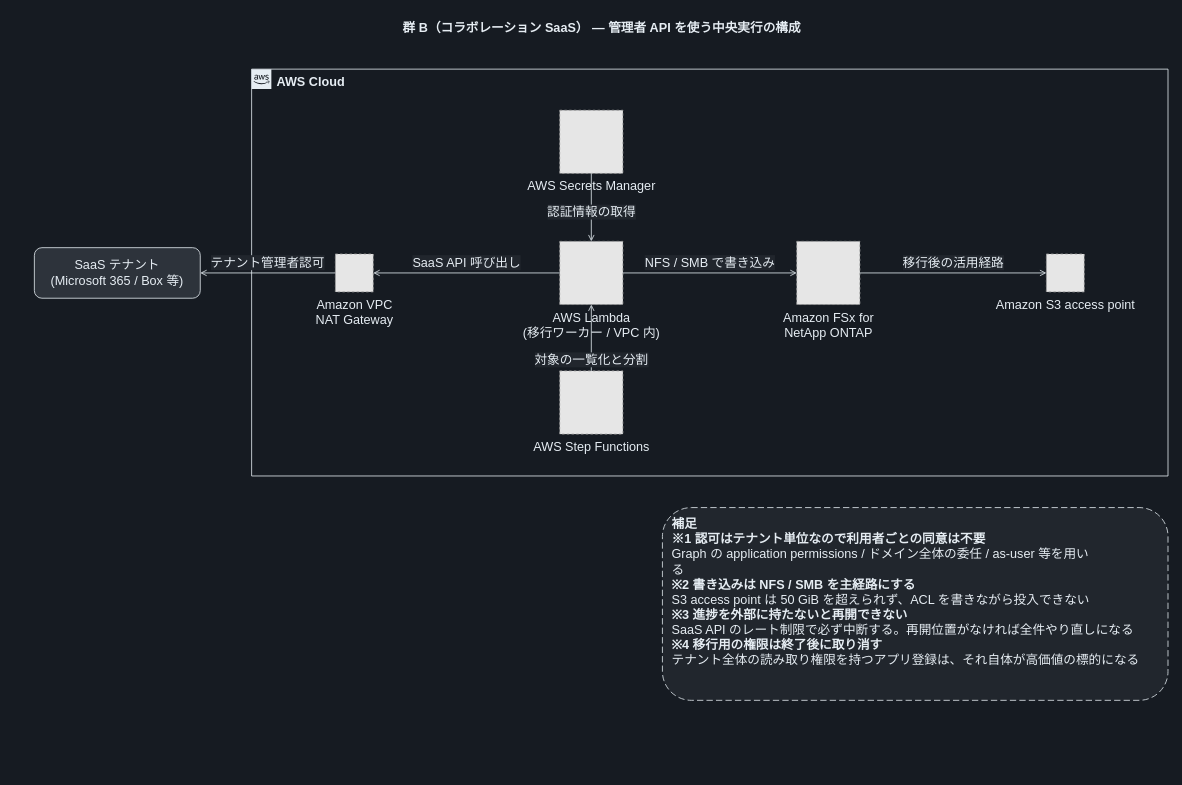
Before: docs/diagrams/dark/saas-migration-group-b-worker.drawio in Yoshiki0705/FSx-for-ONTAP-S3AccessPoints-Serverless-Patterns, a draw.io diagram. Source tidied: cells renumbered, new cells numbered last; positions are measured from the earlier drawing's top-left corner, leaving out a move shared by most shapes. Both pictures are drawn from the tidied source at 79%, with x=0, y=0 at pixel (34, 13). Pictures stored in the file or linked from it are replaced by grey dashed boxes.
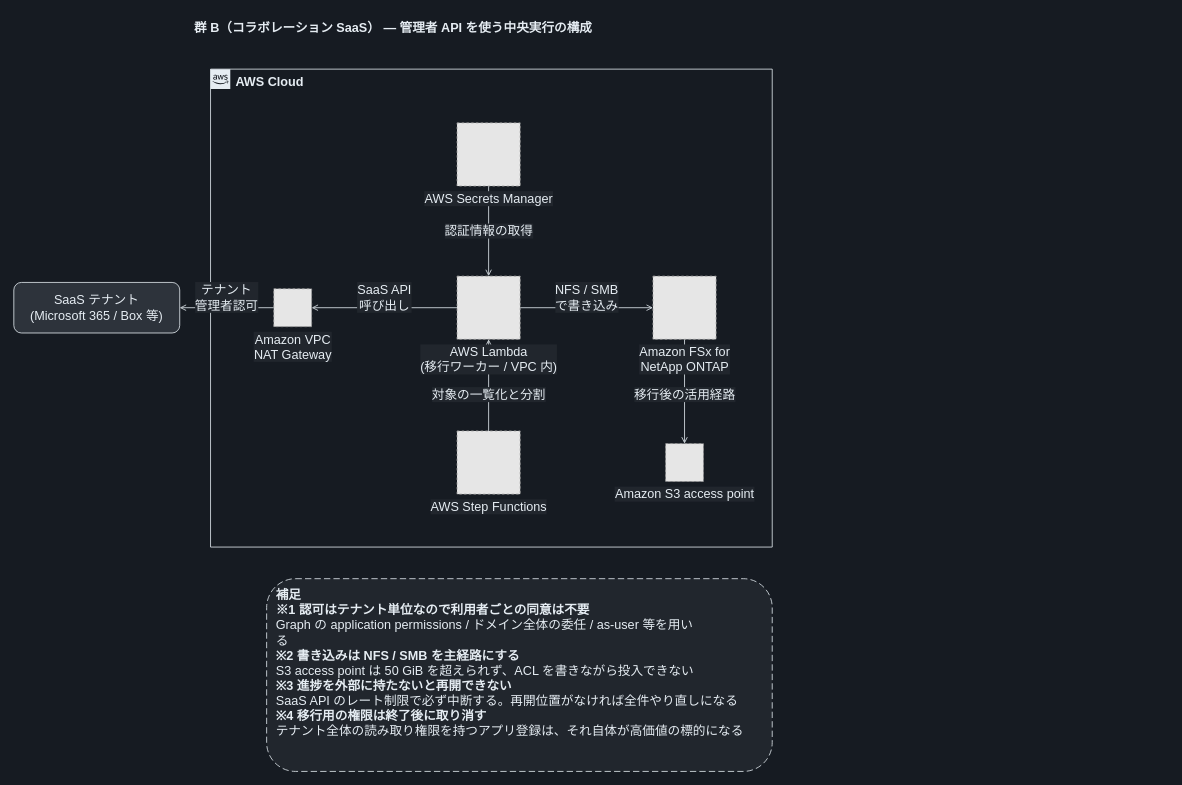
After the change.

What changed in the source:
```diff
@@
     <mxCell id="2" value="群 B（コラボレーション SaaS） — 管理者 API を使う中央実行の構成" style="text;html=1;align=center;verticalAlign=middle;fontSize=16;fontStyle=1;fontColor=#E6EDF3;" parent="1" vertex="1">
-      <mxGeometry width="1435" height="34" as="geometry" />
+      <mxGeometry x="-26" width="960" height="34" as="geometry" />
     </mxCell>
     <mxCell id="3" value="AWS Cloud" style="gradientColor=none;html=1;whiteSpace=wrap;fontSize=16;fontStyle=1;shape=mxgraph.aws4.group;grIcon=mxgraph.aws4.group_aws_cloud_alt;strokeColor=#E6EDF3;fillColor=none;verticalAlign=top;align=left;spacingLeft=30;fontColor=#E6EDF3;dashed=0;" parent="1" vertex="1">
-      <mxGeometry x="275" y="70" width="1160" height="515" as="geometry" />
+      <mxGeometry x="223" y="70" width="711" height="605" as="geometry" />
     </mxCell>
+    <mxCell id="11" value="SaaS API&lt;br&gt;呼び出し" style="edgeStyle=orthogonalEdgeStyle;rounded=0;jettySize=auto;html=1;endArrow=open;endFill=0;strokeColor=#E6EDF3;strokeWidth=1;fontSize=16;fontColor=#E6EDF3;labelBackgroundColor=#21262D;" parent="1" edge="1" source="7" target="5">
+      <mxGeometry relative="1" as="geometry">
+        <mxPoint y="-13" as="offset" />
+      </mxGeometry>
+    </mxCell>
+    <mxCell id="12" value="テナント&lt;br&gt;管理者認可" style="edgeStyle=orthogonalEdgeStyle;rounded=0;jettySize=auto;html=1;endArrow=open;endFill=0;strokeColor=#E6EDF3;strokeWidth=1;fontSize=16;fontColor=#E6EDF3;labelBackgroundColor=#21262D;" parent="1" edge="1" source="5" target="4">
+      <mxGeometry relative="1" as="geometry">
+        <mxPoint y="-13" as="offset" />
+      </mxGeometry>
+    </mxCell>
+    <mxCell id="13" value="認証情報の取得" style="edgeStyle=orthogonalEdgeStyle;rounded=0;jettySize=auto;html=1;endArrow=open;endFill=0;strokeColor=#E6EDF3;strokeWidth=1;fontSize=16;fontColor=#E6EDF3;labelBackgroundColor=#21262D;" parent="1" edge="1" source="6" target="7">
+      <mxGeometry relative="1" as="geometry" />
+    </mxCell>
+    <mxCell id="14" value="対象の一覧化と分割" style="edgeStyle=orthogonalEdgeStyle;rounded=0;jettySize=auto;html=1;endArrow=open;endFill=0;strokeColor=#E6EDF3;strokeWidth=1;fontSize=16;fontColor=#E6EDF3;labelBackgroundColor=#21262D;" parent="1" edge="1" source="8" target="7">
+      <mxGeometry relative="1" as="geometry">
+        <mxPoint y="12" as="offset" />
+      </mxGeometry>
+    </mxCell>
+    <mxCell id="15" value="NFS / SMB&lt;br&gt;で書き込み" style="edgeStyle=orthogonalEdgeStyle;rounded=0;jettySize=auto;html=1;endArrow=open;endFill=0;strokeColor=#E6EDF3;strokeWidth=1;fontSize=16;fontColor=#E6EDF3;labelBackgroundColor=#21262D;" parent="1" edge="1" source="7" target="9">
+      <mxGeometry relative="1" as="geometry">
+        <mxPoint y="-13" as="offset" />
+      </mxGeometry>
+    </mxCell>
+    <mxCell id="16" value="移行後の活用経路" style="edgeStyle=orthogonalEdgeStyle;rounded=0;jettySize=auto;html=1;endArrow=open;endFill=0;strokeColor=#E6EDF3;strokeWidth=1;fontSize=16;fontColor=#E6EDF3;labelBackgroundColor=#21262D;" parent="1" edge="1" source="9" target="10">
+      <mxGeometry relative="1" as="geometry">
+        <mxPoint y="4" as="offset" />
+      </mxGeometry>
+    </mxCell>
     <mxCell id="4" value="SaaS テナント&lt;br&gt;(Microsoft 365 / Box 等)" style="rounded=1;whiteSpace=wrap;html=1;dashed=0;strokeColor=#E6EDF3;fillColor=#2D333B;align=center;verticalAlign=middle;fontSize=16;fontColor=#E6EDF3;" parent="1" vertex="1">
-      <mxGeometry y="296" width="210" height="64" as="geometry" />
+      <mxGeometry x="-26" y="340" width="210" height="64" as="geometry" />
     </mxCell>
-    <mxCell id="5" value="Amazon VPC&lt;br&gt;NAT Gateway" style="fillColor=#E6E6E6;strokeColor=#999999;dashed=1;html=1;verticalLabelPosition=bottom;verticalAlign=top;labelPosition=center;align=center;fontSize=16;fontColor=#E6EDF3;" parent="1" vertex="1">
-      <mxGeometry x="381" y="304" width="48" height="48" as="geometry" />
+    <mxCell id="5" value="Amazon VPC&lt;br&gt;NAT Gateway" style="fillColor=#E6E6E6;strokeColor=#999999;dashed=1;html=1;verticalLabelPosition=bottom;verticalAlign=top;labelPosition=center;align=center;fontSize=16;fontColor=#E6EDF3;labelBackgroundColor=#21262D;" parent="1" vertex="1">
+      <mxGeometry x="303" y="348" width="48" height="48" as="geometry" />
     </mxCell>
-    <mxCell id="6" value="AWS Secrets Manager" style="fillColor=#E6E6E6;strokeColor=#999999;dashed=1;html=1;verticalLabelPosition=bottom;verticalAlign=top;labelPosition=center;align=center;fontSize=16;fontColor=#E6EDF3;" parent="1" vertex="1">
-      <mxGeometry x="665" y="122" width="80" height="80" as="geometry" />
+    <mxCell id="6" value="AWS Secrets Manager" style="fillColor=#E6E6E6;strokeColor=#999999;dashed=1;html=1;verticalLabelPosition=bottom;verticalAlign=top;labelPosition=center;align=center;fontSize=16;fontColor=#E6EDF3;labelBackgroundColor=#21262D;" parent="1" vertex="1">
+      <mxGeometry x="535" y="138" width="80" height="80" as="geometry" />
     </mxCell>
-    <mxCell id="7" value="AWS Lambda&lt;br&gt;(移行ワーカー / VPC 内)" style="fillColor=#E6E6E6;strokeColor=#999999;dashed=1;html=1;verticalLabelPosition=bottom;verticalAlign=top;labelPosition=center;align=center;fontSize=16;fontColor=#E6EDF3;" parent="1" vertex="1">
-      <mxGeometry x="665" y="288" width="80" height="80" as="geometry" />
+    <mxCell id="7" value="AWS Lambda&lt;br&gt;(移行ワーカー / VPC 内)" style="fillColor=#E6E6E6;strokeColor=#999999;dashed=1;html=1;verticalLabelPosition=bottom;verticalAlign=top;labelPosition=center;align=center;fontSize=16;fontColor=#E6EDF3;labelBackgroundColor=#21262D;" parent="1" vertex="1">
+      <mxGeometry x="535" y="332" width="80" height="80" as="geometry" />
     </mxCell>
-    <mxCell id="8" value="AWS Step Functions" style="fillColor=#E6E6E6;strokeColor=#999999;dashed=1;html=1;verticalLabelPosition=bottom;verticalAlign=top;labelPosition=center;align=center;fontSize=16;fontColor=#E6EDF3;" parent="1" vertex="1">
-      <mxGeometry x="665" y="452" width="80" height="80" as="geometry" />
+    <mxCell id="8" value="AWS Step Functions" style="fillColor=#E6E6E6;strokeColor=#999999;dashed=1;html=1;verticalLabelPosition=bottom;verticalAlign=top;labelPosition=center;align=center;fontSize=16;fontColor=#E6EDF3;labelBackgroundColor=#21262D;" parent="1" vertex="1">
+      <mxGeometry x="535" y="528" width="80" height="80" as="geometry" />
     </mxCell>
-    <mxCell id="9" value="Amazon FSx for&lt;br&gt;NetApp ONTAP" style="fillColor=#E6E6E6;strokeColor=#999999;dashed=1;html=1;verticalLabelPosition=bottom;verticalAlign=top;labelPosition=center;align=center;fontSize=16;fontColor=#E6EDF3;" parent="1" vertex="1">
-      <mxGeometry x="965" y="288" width="80" height="80" as="geometry" />
+    <mxCell id="9" value="Amazon FSx for&lt;br&gt;NetApp ONTAP" style="fillColor=#E6E6E6;strokeColor=#999999;dashed=1;html=1;verticalLabelPosition=bottom;verticalAlign=top;labelPosition=center;align=center;fontSize=16;fontColor=#E6EDF3;labelBackgroundColor=#21262D;" parent="1" vertex="1">
+      <mxGeometry x="783" y="332" width="80" height="80" as="geometry" />
     </mxCell>
-    <mxCell id="10" value="Amazon S3 access point" style="fillColor=#E6E6E6;strokeColor=#999999;dashed=1;html=1;verticalLabelPosition=bottom;verticalAlign=top;labelPosition=center;align=center;fontSize=16;fontColor=#E6EDF3;" parent="1" vertex="1">
-      <mxGeometry x="1281" y="304" width="48" height="48" as="geometry" />
+    <mxCell id="10" value="Amazon S3 access point" style="fillColor=#E6E6E6;strokeColor=#999999;dashed=1;html=1;verticalLabelPosition=bottom;verticalAlign=top;labelPosition=center;align=center;fontSize=16;fontColor=#E6EDF3;labelBackgroundColor=#21262D;" parent="1" vertex="1">
+      <mxGeometry x="799" y="544" width="48" height="48" as="geometry" />
     </mxCell>
-    <mxCell id="11" value="SaaS API 呼び出し" style="edgeStyle=orthogonalEdgeStyle;rounded=0;jettySize=auto;html=1;endArrow=open;endFill=0;strokeColor=#E6EDF3;strokeWidth=1;fontSize=16;fontColor=#E6EDF3;labelBackgroundColor=#21262D;" parent="1" edge="1" source="7" target="5">
-      <mxGeometry relative="1" as="geometry">
-        <mxPoint y="-13" as="offset" />
-      </mxGeometry>
-    </mxCell>
-    <mxCell id="12" value="テナント管理者認可" style="edgeStyle=orthogonalEdgeStyle;rounded=0;jettySize=auto;html=1;endArrow=open;endFill=0;strokeColor=#E6EDF3;strokeWidth=1;fontSize=16;fontColor=#E6EDF3;labelBackgroundColor=#21262D;" parent="1" edge="1" source="5" target="4">
-      <mxGeometry relative="1" as="geometry">
-        <mxPoint y="-13" as="offset" />
-      </mxGeometry>
-    </mxCell>
-    <mxCell id="13" value="認証情報の取得" style="edgeStyle=orthogonalEdgeStyle;rounded=0;jettySize=auto;html=1;endArrow=open;endFill=0;strokeColor=#E6EDF3;strokeWidth=1;fontSize=16;fontColor=#E6EDF3;labelBackgroundColor=#21262D;" parent="1" edge="1" source="6" target="7">
-      <mxGeometry relative="1" as="geometry">
-        <mxPoint y="6" as="offset" />
-      </mxGeometry>
-    </mxCell>
-    <mxCell id="14" value="対象の一覧化と分割" style="edgeStyle=orthogonalEdgeStyle;rounded=0;jettySize=auto;html=1;endArrow=open;endFill=0;strokeColor=#E6EDF3;strokeWidth=1;fontSize=16;fontColor=#E6EDF3;labelBackgroundColor=#21262D;" parent="1" edge="1" source="8" target="7">
-      <mxGeometry relative="1" as="geometry">
-        <mxPoint y="28" as="offset" />
-      </mxGeometry>
-    </mxCell>
-    <mxCell id="15" value="NFS / SMB で書き込み" style="edgeStyle=orthogonalEdgeStyle;rounded=0;jettySize=auto;html=1;endArrow=open;endFill=0;strokeColor=#E6EDF3;strokeWidth=1;fontSize=16;fontColor=#E6EDF3;labelBackgroundColor=#21262D;" parent="1" edge="1" source="7" target="9">
-      <mxGeometry relative="1" as="geometry">
-        <mxPoint y="-13" as="offset" />
-      </mxGeometry>
-    </mxCell>
-    <mxCell id="16" value="移行後の活用経路" style="edgeStyle=orthogonalEdgeStyle;rounded=0;jettySize=auto;html=1;endArrow=open;endFill=0;strokeColor=#E6EDF3;strokeWidth=1;fontSize=16;fontColor=#E6EDF3;labelBackgroundColor=#21262D;" parent="1" edge="1" source="9" target="10">
-      <mxGeometry relative="1" as="geometry">
-        <mxPoint y="-13" as="offset" />
-      </mxGeometry>
-    </mxCell>
     <mxCell id="17" value="&lt;b&gt;補足&lt;/b&gt;&lt;br&gt;&lt;b&gt;※1 認可はテナント単位なので利用者ごとの同意は不要&lt;/b&gt;&lt;br&gt;Graph の application permissions / ドメイン全体の委任 / as-user 等を用い&lt;br&gt;る&lt;br&gt;&lt;b&gt;※2 書き込みは NFS / SMB を主経路にする&lt;/b&gt;&lt;br&gt;S3 access point は 50 GiB を超えられず、ACL を書きながら投入できない&lt;br&gt;&lt;b&gt;※3 進捗を外部に持たないと再開できない&lt;/b&gt;&lt;br&gt;SaaS API のレート制限で必ず中断する。再開位置がなければ全件やり直しになる&lt;br&gt;&lt;b&gt;※4 移行用の権限は終了後に取り消す&lt;/b&gt;&lt;br&gt;テナント全体の読み取り権限を持つアプリ登録は、それ自体が高価値の標的になる" style="rounded=1;whiteSpace=wrap;html=1;dashed=1;dashPattern=8 4;strokeColor=#E6EDF3;fillColor=#21262D;align=left;verticalAlign=top;spacingLeft=10;spacingTop=4;fontSize=16;fontColor=#E6EDF3;" parent="1" vertex="1">
-      <mxGeometry x="795" y="625" width="640" height="244" as="geometry" />
+      <mxGeometry x="294" y="715" width="640" height="244" as="geometry" />
     </mxCell>
```
